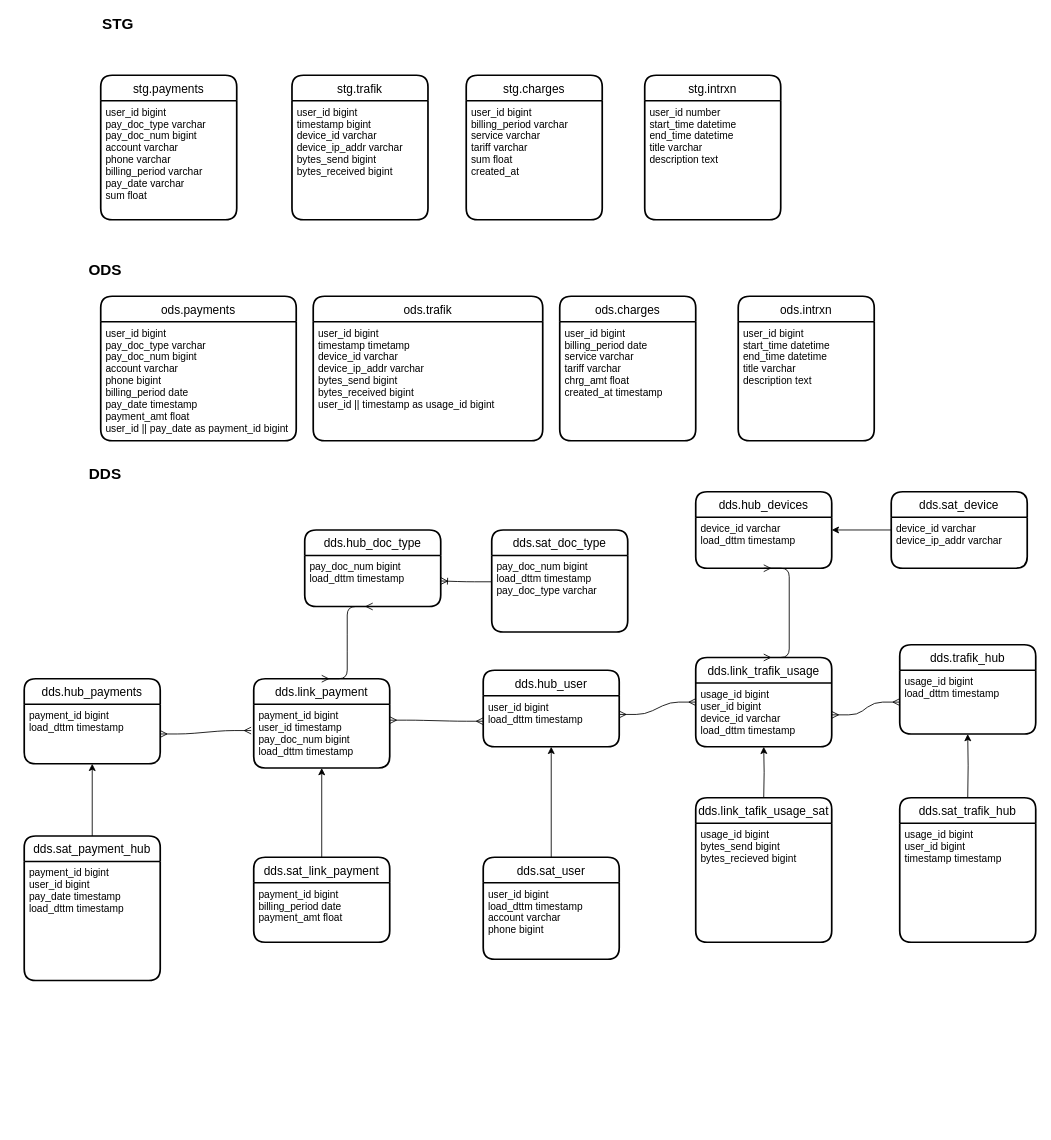
This is Untitled Diagram.drawio from bbongagus/ER_diagrams, a draw.io file, before an edit. Source tidied: cells renumbered, new cells numbered last; positions are measured from the earlier drawing's top-left corner, leaving out a move shared by most shapes. Both pictures are drawn from the tidied source at 85%, with x=0, y=0 at pixel (24, 15).
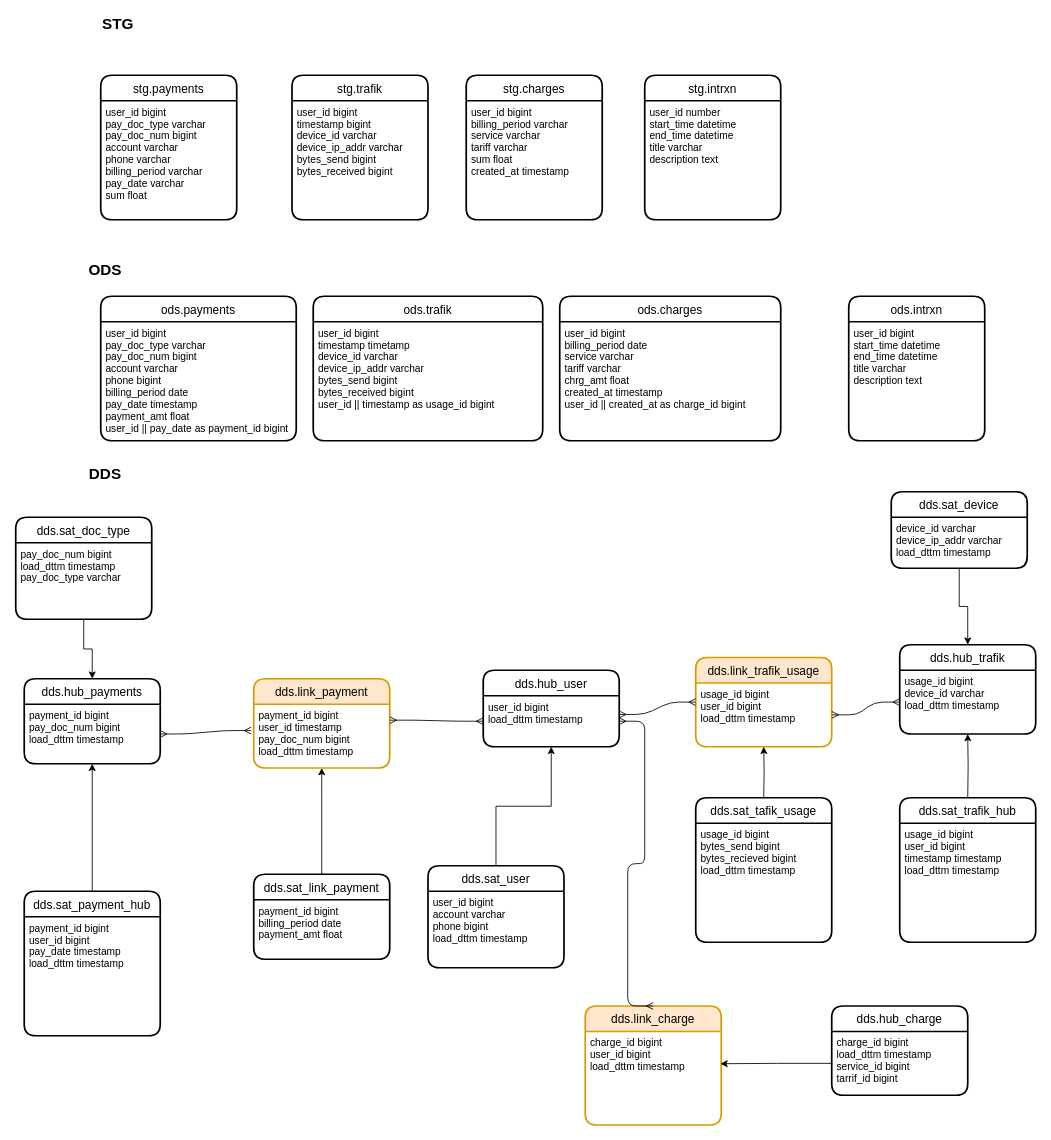
The same page after the edit.

Unchanged cells that the change refers to:
```xml
<mxCell id="4" value="stg.charges" style="swimlane;horizontal=1;startSize=30;rounded=1;fontSize=14;fontStyle=0;strokeWidth=2;shadow=0;dashed=0;align=center;" parent="1" vertex="1">
  <mxGeometry x="520" y="70" width="160" height="170" as="geometry" />
</mxCell>
<mxCell id="21" value="dds.hub_payments" style="swimlane;horizontal=1;startSize=30;rounded=1;fontSize=14;fontStyle=0;strokeWidth=2;shadow=0;dashed=0;align=center;" parent="1" vertex="1">
  <mxGeometry y="780" width="160" height="100" as="geometry" />
</mxCell>
<mxCell id="24" value="user_id bigint&#10;load_dttm timestamp&#10;" style="align=left;strokeColor=none;fillColor=none;spacingLeft=4;fontSize=12;verticalAlign=top;" parent="23" vertex="1">
  <mxGeometry y="30" width="160" height="60" as="geometry" />
</mxCell>
<mxCell id="31" value="pay_doc_num bigint&#10;load_dttm timestamp &#10;pay_doc_type varchar" style="align=left;strokeColor=none;fillColor=none;spacingLeft=4;fontSize=12;verticalAlign=top;fontStyle=0;" parent="30" vertex="1">
  <mxGeometry y="30" width="160" height="90" as="geometry" />
</mxCell>
<mxCell id="49" value="dds.sat_trafik_hub" style="swimlane;horizontal=1;startSize=30;rounded=1;fontSize=14;fontStyle=0;strokeWidth=2;shadow=0;dashed=0;align=center;" parent="1" vertex="1">
  <mxGeometry x="1030" y="920" width="160" height="170" as="geometry" />
</mxCell>
<mxCell id="59" value="dds.sat_device" style="swimlane;horizontal=1;startSize=30;rounded=1;fontSize=14;fontStyle=0;strokeWidth=2;shadow=0;dashed=0;align=center;" parent="1" vertex="1">
  <mxGeometry x="1020" y="560" width="160" height="90" as="geometry" />
</mxCell>
```

The edit, as a diff of the source:
```diff
@@
-    <mxCell id="5" value="user_id bigint&#10;billing_period varchar&#10;service varchar&#10;tariff varchar&#10;sum float&#10;created_at" style="align=left;strokeColor=none;fillColor=none;spacingLeft=4;fontSize=12;verticalAlign=top;" parent="4" vertex="1">
+    <mxCell id="5" value="user_id bigint&#10;billing_period varchar&#10;service varchar&#10;tariff varchar&#10;sum float&#10;created_at timestamp" style="align=left;strokeColor=none;fillColor=none;spacingLeft=4;fontSize=12;verticalAlign=top;" parent="4" vertex="1">
       <mxGeometry y="30" width="160" height="140" as="geometry" />
     </mxCell>
@@
     <mxCell id="16" value="ods.charges" style="swimlane;horizontal=1;startSize=30;rounded=1;fontSize=14;fontStyle=0;strokeWidth=2;shadow=0;dashed=0;align=center;" parent="1" vertex="1">
-      <mxGeometry x="630" y="330" width="160" height="170" as="geometry" />
+      <mxGeometry x="630" y="330" width="260" height="170" as="geometry" />
     </mxCell>
-    <mxCell id="17" value="user_id bigint&#10;billing_period date&#10;service varchar&#10;tariff varchar&#10;chrg_amt float&#10;created_at timestamp" style="align=left;strokeColor=none;fillColor=none;spacingLeft=4;fontSize=12;verticalAlign=top;" parent="16" vertex="1">
-      <mxGeometry y="30" width="160" height="140" as="geometry" />
+    <mxCell id="17" value="user_id bigint&#10;billing_period date&#10;service varchar&#10;tariff varchar&#10;chrg_amt float&#10;created_at timestamp&#10;user_id || created_at as charge_id bigint&#10;" style="align=left;strokeColor=none;fillColor=none;spacingLeft=4;fontSize=12;verticalAlign=top;" parent="16" vertex="1">
+      <mxGeometry y="30" width="260" height="140" as="geometry" />
     </mxCell>
     <mxCell id="18" value="ods.intrxn" style="swimlane;horizontal=1;startSize=30;rounded=1;fontSize=14;fontStyle=0;strokeWidth=2;shadow=0;dashed=0;align=center;" parent="1" vertex="1">
-      <mxGeometry x="840" y="330" width="160" height="170" as="geometry" />
+      <mxGeometry x="970" y="330" width="160" height="170" as="geometry" />
     </mxCell>
@@
-    <mxCell id="22" value="payment_id bigint &#10;load_dttm timestamp&#10;" style="align=left;strokeColor=none;fillColor=none;spacingLeft=4;fontSize=12;verticalAlign=top;" parent="21" vertex="1">
+    <mxCell id="22" value="payment_id bigint&#10;pay_doc_num bigint &#10;load_dttm timestamp&#10;" style="align=left;strokeColor=none;fillColor=none;spacingLeft=4;fontSize=12;verticalAlign=top;" parent="21" vertex="1">
       <mxGeometry y="30" width="160" height="70" as="geometry" />
     </mxCell>
@@
     <mxCell id="26" value="dds.sat_user" style="swimlane;horizontal=1;startSize=30;rounded=1;fontSize=14;fontStyle=0;strokeWidth=2;shadow=0;dashed=0;align=center;" parent="1" vertex="1">
-      <mxGeometry x="540" y="990" width="160" height="120" as="geometry" />
+      <mxGeometry x="475" y="1000" width="160" height="120" as="geometry" />
     </mxCell>
-    <mxCell id="27" value="user_id bigint&#10;load_dttm timestamp&#10;account varchar&#10;phone bigint&#10;&#10;" style="align=left;strokeColor=none;fillColor=none;spacingLeft=4;fontSize=12;verticalAlign=top;fontStyle=0;" parent="26" vertex="1">
+    <mxCell id="27" value="user_id bigint&#10;account varchar&#10;phone bigint&#10;load_dttm timestamp&#10;&#10;" style="align=left;strokeColor=none;fillColor=none;spacingLeft=4;fontSize=12;verticalAlign=top;fontStyle=0;" parent="26" vertex="1">
       <mxGeometry y="30" width="160" height="90" as="geometry" />
     </mxCell>
-    <mxCell id="28" value="dds.hub_doc_type" style="swimlane;horizontal=1;startSize=30;rounded=1;fontSize=14;fontStyle=0;strokeWidth=2;shadow=0;dashed=0;align=center;" parent="1" vertex="1">
-      <mxGeometry x="330" y="605" width="160" height="90" as="geometry" />
-    </mxCell>
-    <mxCell id="29" value="pay_doc_num bigint&#10;load_dttm timestamp" style="align=left;strokeColor=none;fillColor=none;spacingLeft=4;fontSize=12;verticalAlign=top;" parent="28" vertex="1">
-      <mxGeometry y="30" width="160" height="60" as="geometry" />
-    </mxCell>
     <mxCell id="30" value="dds.sat_doc_type" style="swimlane;horizontal=1;startSize=30;rounded=1;fontSize=14;fontStyle=0;strokeWidth=2;shadow=0;dashed=0;align=center;" parent="1" vertex="1">
-      <mxGeometry x="550" y="605" width="160" height="120" as="geometry" />
+      <mxGeometry x="-10" y="590" width="160" height="120" as="geometry" />
     </mxCell>
@@
     <mxCell id="33" value="dds.sat_link_payment" style="swimlane;horizontal=1;startSize=30;rounded=1;fontSize=14;fontStyle=0;strokeWidth=2;shadow=0;dashed=0;align=center;" parent="1" vertex="1">
-      <mxGeometry x="270" y="990" width="160" height="100" as="geometry" />
+      <mxGeometry x="270" y="1010" width="160" height="100" as="geometry" />
     </mxCell>
@@
-    <mxCell id="35" value="dds.link_payment" style="swimlane;horizontal=1;startSize=30;rounded=1;fontSize=14;fontStyle=0;strokeWidth=2;shadow=0;dashed=0;align=center;" parent="1" vertex="1">
+    <mxCell id="35" value="dds.link_payment" style="swimlane;horizontal=1;startSize=30;rounded=1;fontSize=14;fontStyle=0;strokeWidth=2;shadow=0;dashed=0;align=center;fillColor=#ffe6cc;strokeColor=#d79b00;" parent="1" vertex="1">
       <mxGeometry x="270" y="780" width="160" height="105" as="geometry" />
     </mxCell>
@@
-    <mxCell id="38" style="edgeStyle=entityRelationEdgeStyle;fontSize=12;html=1;endArrow=ERmany;startArrow=ERmany;entryX=0.5;entryY=1;entryDx=0;entryDy=0;exitX=0.5;exitY=0;exitDx=0;exitDy=0;" parent="1" edge="1" source="35" target="29">
-      <mxGeometry relative="1" as="geometry" />
-    </mxCell>
-    <mxCell id="39" style="edgeStyle=entityRelationEdgeStyle;fontSize=12;html=1;endArrow=ERoneToMany;entryX=1;entryY=0.5;entryDx=0;entryDy=0;exitX=0;exitY=0.344;exitDx=0;exitDy=0;exitPerimeter=0;" parent="1" edge="1" source="31" target="29">
-      <mxGeometry relative="1" as="geometry" />
-    </mxCell>
@@
-    <mxCell id="41" value="dds.link_trafik_usage" style="swimlane;horizontal=1;startSize=30;rounded=1;fontSize=14;fontStyle=0;strokeWidth=2;shadow=0;dashed=0;align=center;" parent="1" vertex="1">
+    <mxCell id="41" value="dds.link_trafik_usage" style="swimlane;horizontal=1;startSize=30;rounded=1;fontSize=14;fontStyle=0;strokeWidth=2;shadow=0;dashed=0;align=center;fillColor=#ffe6cc;strokeColor=#d79b00;" parent="1" vertex="1">
       <mxGeometry x="790" y="755" width="160" height="105" as="geometry" />
     </mxCell>
-    <mxCell id="42" value="usage_id bigint&#10;user_id bigint&#10;device_id varchar&#10;load_dttm timestamp" style="align=left;strokeColor=none;fillColor=none;spacingLeft=4;fontSize=12;verticalAlign=top;" parent="41" vertex="1">
+    <mxCell id="42" value="usage_id bigint&#10;user_id bigint&#10;load_dttm timestamp" style="align=left;strokeColor=none;fillColor=none;spacingLeft=4;fontSize=12;verticalAlign=top;" parent="41" vertex="1">
       <mxGeometry y="30" width="160" height="75" as="geometry" />
     </mxCell>
-    <mxCell id="43" value="dds.trafik_hub" style="swimlane;horizontal=1;startSize=30;rounded=1;fontSize=14;fontStyle=0;strokeWidth=2;shadow=0;dashed=0;align=center;" parent="1" vertex="1">
+    <mxCell id="43" value="dds.hub_trafik" style="swimlane;horizontal=1;startSize=30;rounded=1;fontSize=14;fontStyle=0;strokeWidth=2;shadow=0;dashed=0;align=center;" parent="1" vertex="1">
       <mxGeometry x="1030" y="740" width="160" height="105" as="geometry" />
     </mxCell>
-    <mxCell id="44" value="usage_id bigint&#10;load_dttm timestamp" style="align=left;strokeColor=none;fillColor=none;spacingLeft=4;fontSize=12;verticalAlign=top;" parent="43" vertex="1">
+    <mxCell id="44" value="usage_id bigint&#10;device_id varchar&#10;load_dttm timestamp" style="align=left;strokeColor=none;fillColor=none;spacingLeft=4;fontSize=12;verticalAlign=top;" parent="43" vertex="1">
       <mxGeometry y="30" width="160" height="75" as="geometry" />
     </mxCell>
@@
     <mxCell id="47" value="dds.sat_payment_hub" style="swimlane;horizontal=1;startSize=30;rounded=1;fontSize=14;fontStyle=0;strokeWidth=2;shadow=0;dashed=0;align=center;" parent="1" vertex="1">
-      <mxGeometry y="965" width="160" height="170" as="geometry" />
+      <mxGeometry y="1030" width="160" height="170" as="geometry" />
     </mxCell>
@@
-    <mxCell id="50" value="usage_id bigint &#10;user_id bigint&#10;timestamp timestamp&#10;" style="align=left;strokeColor=none;fillColor=none;spacingLeft=4;fontSize=12;verticalAlign=top;" parent="49" vertex="1">
+    <mxCell id="50" value="usage_id bigint &#10;user_id bigint&#10;timestamp timestamp&#10;load_dttm timestamp&#10;" style="align=left;strokeColor=none;fillColor=none;spacingLeft=4;fontSize=12;verticalAlign=top;" parent="49" vertex="1">
       <mxGeometry y="30" width="160" height="140" as="geometry" />
     </mxCell>
@@
-    <mxCell id="53" value="dds.link_tafik_usage_sat" style="swimlane;horizontal=1;startSize=30;rounded=1;fontSize=14;fontStyle=0;strokeWidth=2;shadow=0;dashed=0;align=center;" parent="1" vertex="1">
+    <mxCell id="53" value="dds.sat_tafik_usage" style="swimlane;horizontal=1;startSize=30;rounded=1;fontSize=14;fontStyle=0;strokeWidth=2;shadow=0;dashed=0;align=center;" parent="1" vertex="1">
       <mxGeometry x="790" y="920" width="160" height="170" as="geometry" />
     </mxCell>
-    <mxCell id="54" value="usage_id bigint &#10;bytes_send bigint&#10;bytes_recieved bigint&#10;" style="align=left;strokeColor=none;fillColor=none;spacingLeft=4;fontSize=12;verticalAlign=top;" parent="53" vertex="1">
+    <mxCell id="54" value="usage_id bigint &#10;bytes_send bigint&#10;bytes_recieved bigint&#10;load_dttm timestamp&#10;" style="align=left;strokeColor=none;fillColor=none;spacingLeft=4;fontSize=12;verticalAlign=top;" parent="53" vertex="1">
       <mxGeometry y="30" width="160" height="140" as="geometry" />
     </mxCell>
@@
-    <mxCell id="56" value="dds.hub_devices" style="swimlane;horizontal=1;startSize=30;rounded=1;fontSize=14;fontStyle=0;strokeWidth=2;shadow=0;dashed=0;align=center;" parent="1" vertex="1">
-      <mxGeometry x="790" y="560" width="160" height="90" as="geometry" />
-    </mxCell>
-    <mxCell id="57" value="device_id varchar&#10;load_dttm timestamp" style="align=left;strokeColor=none;fillColor=none;spacingLeft=4;fontSize=12;verticalAlign=top;" parent="56" vertex="1">
-      <mxGeometry y="30" width="160" height="60" as="geometry" />
-    </mxCell>
-    <mxCell id="58" style="edgeStyle=orthogonalEdgeStyle;rounded=0;jettySize=auto;html=1;entryX=1;entryY=0.25;entryDx=0;entryDy=0;" parent="1" edge="1" source="59" target="57">
+    <mxCell id="58" style="edgeStyle=orthogonalEdgeStyle;rounded=0;jettySize=auto;html=1;entryX=0.5;entryY=0;entryDx=0;entryDy=0;" parent="1" edge="1" source="59" target="43">
       <mxGeometry relative="1" as="geometry" />
     </mxCell>
@@
-    <mxCell id="60" value="device_id varchar&#10;device_ip_addr varchar" style="align=left;strokeColor=none;fillColor=none;spacingLeft=4;fontSize=12;verticalAlign=top;" parent="59" vertex="1">
+    <mxCell id="60" value="device_id varchar&#10;device_ip_addr varchar&#10;load_dttm timestamp" style="align=left;strokeColor=none;fillColor=none;spacingLeft=4;fontSize=12;verticalAlign=top;" parent="59" vertex="1">
       <mxGeometry y="30" width="160" height="60" as="geometry" />
     </mxCell>
-    <mxCell id="61" style="edgeStyle=entityRelationEdgeStyle;fontSize=12;html=1;endArrow=ERmany;startArrow=ERmany;entryX=0.5;entryY=1;entryDx=0;entryDy=0;exitX=0.5;exitY=0;exitDx=0;exitDy=0;" parent="1" edge="1" source="41" target="57">
-      <mxGeometry relative="1" as="geometry" />
-    </mxCell>
+    <mxCell id="62" value="dds.link_charge" style="swimlane;horizontal=1;startSize=30;rounded=1;fontSize=14;fontStyle=0;strokeWidth=2;shadow=0;dashed=0;align=center;fillColor=#ffe6cc;strokeColor=#d79b00;" parent="1" vertex="1">
+      <mxGeometry x="660" y="1165" width="160" height="140" as="geometry" />
+    </mxCell>
+    <mxCell id="63" value="charge_id bigint&#10;user_id bigint&#10;load_dttm timestamp" style="align=left;strokeColor=none;fillColor=none;spacingLeft=4;fontSize=12;verticalAlign=top;" parent="62" vertex="1">
+      <mxGeometry y="30" width="160" height="110" as="geometry" />
+    </mxCell>
+    <mxCell id="64" value="dds.hub_charge" style="swimlane;horizontal=1;startSize=30;rounded=1;fontSize=14;fontStyle=0;strokeWidth=2;shadow=0;dashed=0;align=center;" parent="1" vertex="1">
+      <mxGeometry x="950" y="1165" width="160" height="105" as="geometry" />
+    </mxCell>
+    <mxCell id="65" value="charge_id bigint&#10;load_dttm timestamp&#10;service_id bigint&#10;tarrif_id bigint&#10;" style="align=left;strokeColor=none;fillColor=none;spacingLeft=4;fontSize=12;verticalAlign=top;" parent="64" vertex="1">
+      <mxGeometry y="30" width="160" height="75" as="geometry" />
+    </mxCell>
+    <mxCell id="66" style="edgeStyle=orthogonalEdgeStyle;rounded=0;jettySize=auto;html=1;entryX=0.5;entryY=0;entryDx=0;entryDy=0;" parent="1" edge="1" source="31" target="21">
+      <mxGeometry relative="1" as="geometry" />
+    </mxCell>
+    <mxCell id="67" style="edgeStyle=entityRelationEdgeStyle;fontSize=12;html=1;endArrow=ERmany;startArrow=ERmany;exitX=0.5;exitY=0;exitDx=0;exitDy=0;" parent="1" edge="1" source="62" target="24">
+      <mxGeometry relative="1" as="geometry" />
+    </mxCell>
+    <mxCell id="68" style="edgeStyle=orthogonalEdgeStyle;rounded=0;jettySize=auto;html=1;entryX=0.994;entryY=0.345;entryDx=0;entryDy=0;entryPerimeter=0;" parent="1" edge="1" source="65" target="63">
+      <mxGeometry relative="1" as="geometry" />
+    </mxCell>
```
